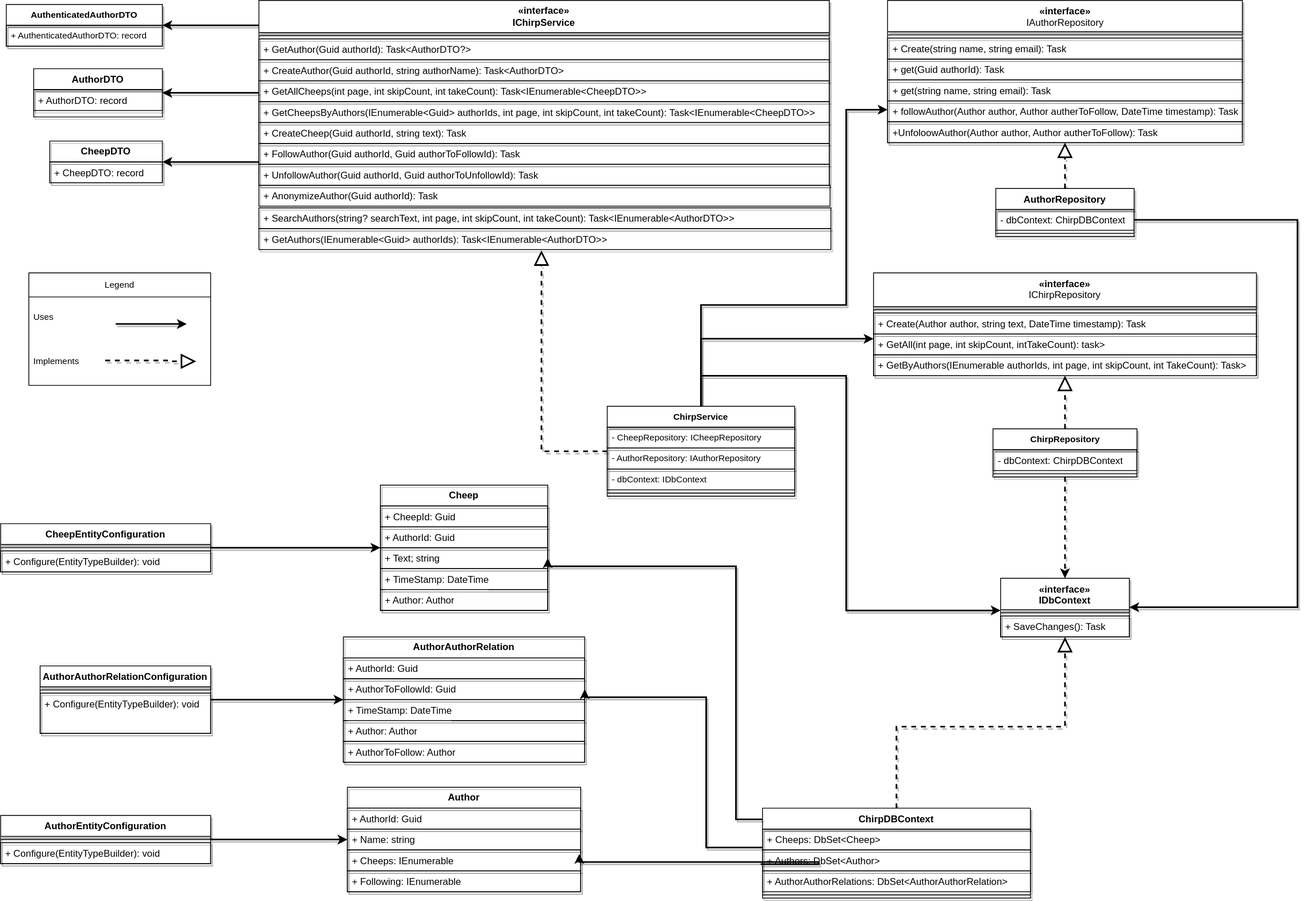
Before: docs/Diagrams/DomainModel.drawio.svg, a diagram exported from draw.io (ITU-BDSA23-GROUP22/Chirp). Source tidied: cells renumbered, new cells last; positions are measured from the earlier drawing's top-left corner, leaving out a move shared by most shapes.
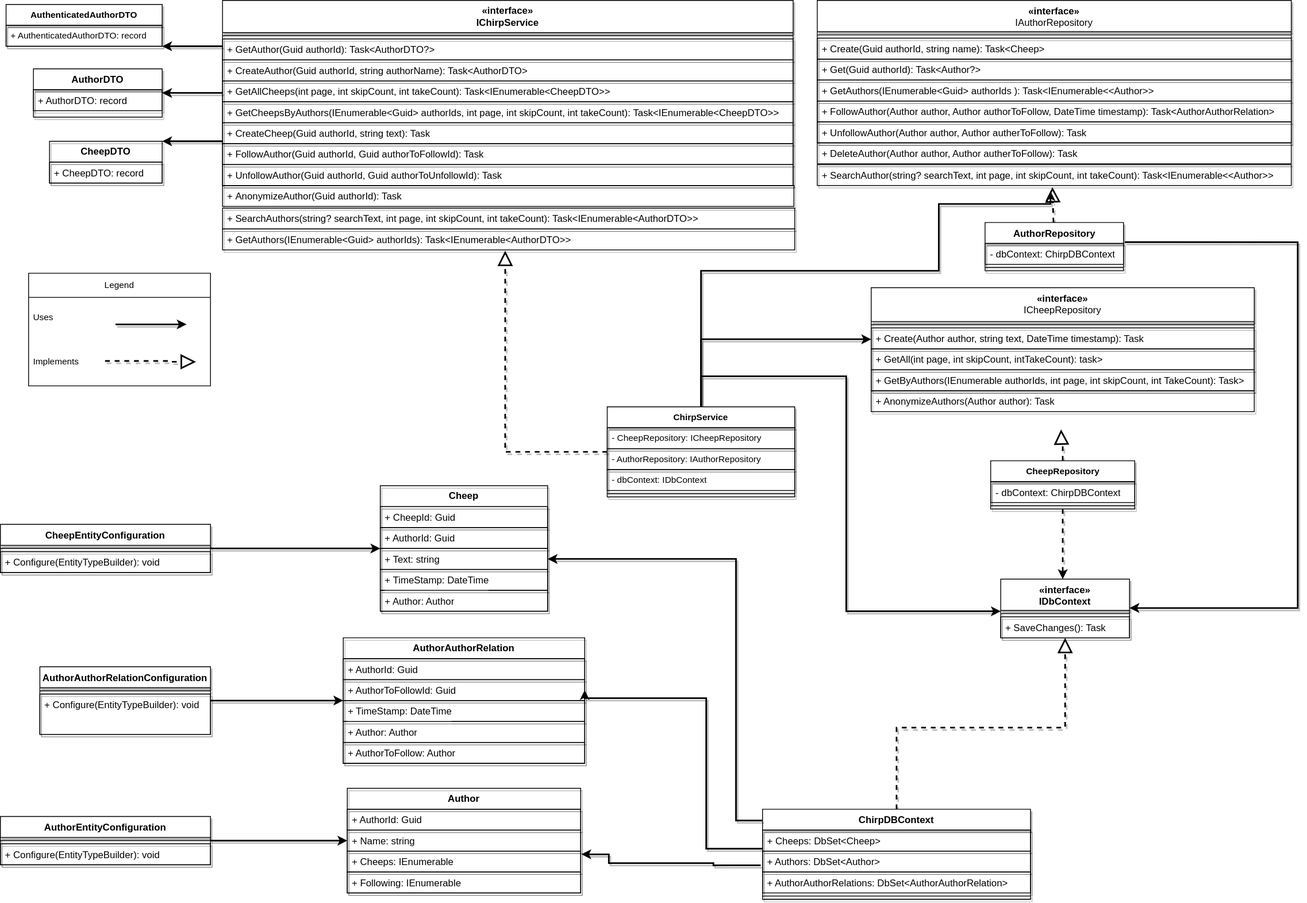
After the commit.

Commit message:
Updated IAuthorRepository and ICheepRepository in DomainModel

Change to the diagram source:
```diff
@@ -62,7 +62,7 @@
     <mxCell id="20" value="+ AuthorId: Guid" style="text;strokeColor=#000000;fillColor=none;align=left;verticalAlign=top;spacingLeft=4;spacingRight=4;overflow=hidden;whiteSpace=wrap;html=1;shadow=1;labelBackgroundColor=default;" parent="18" vertex="1">
       <mxGeometry y="52" width="208" height="26" as="geometry" />
     </mxCell>
-    <mxCell id="21" value="+ Text; string" style="text;strokeColor=#000000;fillColor=none;align=left;verticalAlign=top;spacingLeft=4;spacingRight=4;overflow=hidden;points=[[0,0.5],[1,0.5]];portConstraint=eastwest;whiteSpace=wrap;html=1;shadow=1;labelBackgroundColor=default;" parent="18" vertex="1">
+    <mxCell id="21" value="+ Text: string" style="text;strokeColor=#000000;fillColor=none;align=left;verticalAlign=top;spacingLeft=4;spacingRight=4;overflow=hidden;points=[[0,0.5],[1,0.5]];portConstraint=eastwest;whiteSpace=wrap;html=1;shadow=1;labelBackgroundColor=default;" parent="18" vertex="1">
       <mxGeometry y="78" width="208" height="26" as="geometry" />
     </mxCell>
     <mxCell id="22" value="+ TimeStamp: DateTime&#10;&#10;" style="text;strokeColor=#000000;fillColor=none;align=left;verticalAlign=top;spacingLeft=4;spacingRight=4;overflow=hidden;whiteSpace=wrap;html=1;shadow=1;labelBackgroundColor=default;" parent="18" vertex="1">
@@ -108,28 +108,28 @@
       <mxGeometry y="34" width="261" height="26" as="geometry" />
     </mxCell>
     <mxCell id="36" value="«interface»&lt;br style=&quot;border-color: var(--border-color); font-weight: 400;&quot;&gt;&lt;span style=&quot;font-weight: 400;&quot;&gt;IAuthorRepository&lt;/span&gt;" style="swimlane;align=center;verticalAlign=top;horizontal=1;startSize=39;whiteSpace=wrap;html=1;strokeColor=#000000;shadow=1;labelBackgroundColor=default;" parent="1" vertex="1">
-      <mxGeometry x="1102.5" width="441" height="177" as="geometry" />
+      <mxGeometry x="1015" width="589" height="177" as="geometry" />
     </mxCell>
     <mxCell id="37" style="line;strokeWidth=1;fillColor=none;align=left;verticalAlign=middle;spacingTop=-1;spacingLeft=3;spacingRight=3;labelPosition=right;strokeColor=#000000;shadow=1;labelBackgroundColor=default;" parent="36" vertex="1">
-      <mxGeometry y="39" width="441" height="8" as="geometry" />
+      <mxGeometry y="39" width="589" height="8" as="geometry" />
     </mxCell>
-    <mxCell id="38" value="+ Create(string name, string email): Task&lt;author&gt;&lt;/author&gt;" style="text;strokeColor=#000000;fillColor=none;align=left;verticalAlign=top;spacingLeft=4;spacingRight=4;overflow=hidden;whiteSpace=wrap;html=1;shadow=1;labelBackgroundColor=default;" parent="36" vertex="1">
-      <mxGeometry y="47" width="441" height="26" as="geometry" />
+    <mxCell id="38" value="+ Create(Guid authorId, string name): Task&amp;lt;Cheep&amp;gt;" style="text;strokeColor=#000000;fillColor=none;align=left;verticalAlign=top;spacingLeft=4;spacingRight=4;overflow=hidden;whiteSpace=wrap;html=1;shadow=1;labelBackgroundColor=default;" parent="36" vertex="1">
+      <mxGeometry y="47" width="589" height="26" as="geometry" />
     </mxCell>
-    <mxCell id="39" value="+ get(Guid authorId): Task&lt;author?&gt;&lt;/author?&gt;" style="text;strokeColor=#000000;fillColor=none;align=left;verticalAlign=top;spacingLeft=4;spacingRight=4;overflow=hidden;whiteSpace=wrap;html=1;shadow=1;labelBackgroundColor=default;" parent="36" vertex="1">
-      <mxGeometry y="73" width="441" height="26" as="geometry" />
+    <mxCell id="39" value="+ Get(Guid authorId): Task&amp;lt;Author?&amp;gt;" style="text;strokeColor=#000000;fillColor=none;align=left;verticalAlign=top;spacingLeft=4;spacingRight=4;overflow=hidden;whiteSpace=wrap;html=1;shadow=1;labelBackgroundColor=default;" parent="36" vertex="1">
+      <mxGeometry y="73" width="589" height="26" as="geometry" />
     </mxCell>
-    <mxCell id="40" value="+ get(string name, string email): Task&lt;author?&gt;&lt;/author?&gt;" style="text;strokeColor=#000000;fillColor=none;align=left;verticalAlign=top;spacingLeft=4;spacingRight=4;overflow=hidden;whiteSpace=wrap;html=1;shadow=1;labelBackgroundColor=default;" parent="36" vertex="1">
-      <mxGeometry y="99" width="441" height="26" as="geometry" />
+    <mxCell id="40" value="+ GetAuthors(IEnumerable&amp;lt;Guid&amp;gt; authorIds ): Task&amp;lt;IEnumerable&amp;lt;&amp;lt;Author&amp;gt;&amp;gt;" style="text;strokeColor=#000000;fillColor=none;align=left;verticalAlign=top;spacingLeft=4;spacingRight=4;overflow=hidden;whiteSpace=wrap;html=1;shadow=1;labelBackgroundColor=default;" parent="36" vertex="1">
+      <mxGeometry y="99" width="589" height="26" as="geometry" />
     </mxCell>
-    <mxCell id="41" value="+ followAuthor(Author author, Author autherToFollow, DateTime timestamp): Task&lt;authorauthorrelation&gt;&lt;/authorauthorrelation&gt;" style="text;strokeColor=#000000;fillColor=none;align=left;verticalAlign=top;spacingLeft=4;spacingRight=4;overflow=hidden;whiteSpace=wrap;html=1;shadow=1;labelBackgroundColor=default;" parent="36" vertex="1">
-      <mxGeometry y="125" width="441" height="26" as="geometry" />
+    <mxCell id="41" value="+ FollowAuthor(Author author, Author authorToFollow, DateTime timestamp): Task&amp;lt;AuthorAuthorRelation&amp;gt;" style="text;strokeColor=#000000;fillColor=none;align=left;verticalAlign=top;spacingLeft=4;spacingRight=4;overflow=hidden;whiteSpace=wrap;html=1;shadow=1;labelBackgroundColor=default;" parent="36" vertex="1">
+      <mxGeometry y="125" width="589" height="26" as="geometry" />
     </mxCell>
-    <mxCell id="42" value="+UnfoloowAuthor(Author author, Author autherToFollow): Task" style="text;strokeColor=#000000;fillColor=none;align=left;verticalAlign=top;spacingLeft=4;spacingRight=4;overflow=hidden;whiteSpace=wrap;html=1;shadow=1;labelBackgroundColor=default;" parent="36" vertex="1">
-      <mxGeometry y="151" width="441" height="26" as="geometry" />
+    <mxCell id="42" value="+ UnfollowAuthor(Author author, Author autherToFollow): Task" style="text;strokeColor=#000000;fillColor=none;align=left;verticalAlign=top;spacingLeft=4;spacingRight=4;overflow=hidden;whiteSpace=wrap;html=1;shadow=1;labelBackgroundColor=default;" parent="36" vertex="1">
+      <mxGeometry y="151" width="589" height="26" as="geometry" />
     </mxCell>
-    <mxCell id="43" value="«interface»&lt;br style=&quot;border-color: var(--border-color); font-weight: 400;&quot;&gt;&lt;span style=&quot;font-weight: 400;&quot;&gt;IChirpRepository&lt;/span&gt;" style="swimlane;align=center;verticalAlign=top;horizontal=1;startSize=42;whiteSpace=wrap;html=1;strokeColor=#000000;shadow=1;labelBackgroundColor=default;" parent="1" vertex="1">
-      <mxGeometry x="1085" y="339" width="476" height="128" as="geometry" />
+    <mxCell id="43" value="«interface»&lt;br style=&quot;border-color: var(--border-color); font-weight: 400;&quot;&gt;&lt;span style=&quot;font-weight: 400;&quot;&gt;ICheepRepository&lt;/span&gt;" style="swimlane;align=center;verticalAlign=top;horizontal=1;startSize=42;whiteSpace=wrap;html=1;strokeColor=#000000;shadow=1;labelBackgroundColor=default;" parent="1" vertex="1">
+      <mxGeometry x="1082" y="357" width="476" height="128" as="geometry" />
     </mxCell>
     <mxCell id="44" style="line;strokeWidth=1;fillColor=none;align=left;verticalAlign=middle;spacingTop=-1;spacingLeft=3;spacingRight=3;labelPosition=right;strokeColor=#000000;shadow=1;labelBackgroundColor=default;" parent="43" vertex="1">
       <mxGeometry y="42" width="476" height="8" as="geometry" />
@@ -163,7 +163,7 @@
       </mxGeometry>
     </mxCell>
     <mxCell id="51" value="«interface»&lt;br style=&quot;border-color: var(--border-color); font-weight: 400;&quot;&gt;IChirpService" style="swimlane;align=center;verticalAlign=middle;horizontal=1;startSize=40;whiteSpace=wrap;html=1;strokeColor=#000000;shadow=1;labelBackgroundColor=default;" parent="1" vertex="1">
-      <mxGeometry x="321" width="709" height="230" as="geometry" />
+      <mxGeometry x="276" width="709" height="230" as="geometry" />
     </mxCell>
     <mxCell id="52" style="line;strokeWidth=1;fillColor=none;align=left;verticalAlign=middle;spacingTop=-1;spacingLeft=3;spacingRight=3;labelPosition=right;strokeColor=#000000;shadow=1;labelBackgroundColor=default;" parent="51" vertex="1">
       <mxGeometry y="40" width="709" height="8" as="geometry" />
@@ -192,16 +192,17 @@
     <mxCell id="60" style="rounded=0;jettySize=auto;html=1;endArrow=block;endFill=0;strokeWidth=2;endSize=14;strokeColor=#000000;shadow=1;labelBackgroundColor=default;dashed=1;entryX=0.494;entryY=1.038;entryDx=0;entryDy=0;entryPerimeter=0;edgeStyle=orthogonalEdgeStyle;" parent="1" edge="1" source="84" target="99">
       <mxGeometry relative="1" as="geometry">
         <Array as="points">
-          <mxPoint x="672" y="561" />
+          <mxPoint x="627" y="561" />
         </Array>
       </mxGeometry>
     </mxCell>
-    <mxCell id="61" style="edgeStyle=orthogonalEdgeStyle;shape=connector;rounded=0;jettySize=auto;html=1;labelBackgroundColor=default;strokeColor=#000000;strokeWidth=2;align=center;verticalAlign=middle;fontFamily=Helvetica;fontSize=11;fontColor=default;endArrow=classic;endFill=1;shadow=1;" parent="1" edge="1" source="84" target="36">
+    <mxCell id="61" style="shape=connector;rounded=0;jettySize=auto;html=1;labelBackgroundColor=default;strokeColor=#000000;strokeWidth=2;align=center;verticalAlign=middle;fontFamily=Helvetica;fontSize=11;fontColor=default;endArrow=classic;endFill=1;shadow=1;entryX=0.492;entryY=1.269;entryDx=0;entryDy=0;entryPerimeter=0;edgeStyle=orthogonalEdgeStyle;" parent="1" edge="1" source="84" target="101">
       <mxGeometry relative="1" as="geometry">
         <Array as="points">
-          <mxPoint x="871" y="379" />
-          <mxPoint x="1051" y="379" />
-          <mxPoint x="1051" y="136" />
+          <mxPoint x="871" y="336" />
+          <mxPoint x="1166" y="336" />
+          <mxPoint x="1166" y="253" />
+          <mxPoint x="1305" y="253" />
         </Array>
       </mxGeometry>
     </mxCell>
@@ -239,11 +240,11 @@
     <mxCell id="71" style="line;strokeWidth=1;fillColor=none;align=left;verticalAlign=middle;spacingTop=-1;spacingLeft=3;spacingRight=3;labelPosition=right;strokeColor=#000000;shadow=1;labelBackgroundColor=default;" parent="67" vertex="1">
       <mxGeometry y="104" width="333" height="8" as="geometry" />
     </mxCell>
-    <mxCell id="72" style="edgeStyle=orthogonalEdgeStyle;rounded=0;jettySize=auto;html=1;endArrow=block;endFill=0;strokeWidth=2;endSize=14;strokeColor=#000000;shadow=1;labelBackgroundColor=default;dashed=1;" parent="1" edge="1" source="73" target="36">
+    <mxCell id="72" style="rounded=0;jettySize=auto;html=1;endArrow=block;endFill=0;strokeWidth=2;endSize=14;strokeColor=#000000;shadow=1;labelBackgroundColor=default;dashed=1;entryX=0.496;entryY=1.077;entryDx=0;entryDy=0;entryPerimeter=0;" parent="1" edge="1" source="73" target="101">
       <mxGeometry relative="1" as="geometry" />
     </mxCell>
     <mxCell id="73" value="AuthorRepository" style="swimlane;fontStyle=1;align=center;verticalAlign=top;horizontal=1;startSize=26;whiteSpace=wrap;html=1;strokeColor=#000000;shadow=1;labelBackgroundColor=default;" parent="1" vertex="1">
-      <mxGeometry x="1237" y="234" width="172" height="60" as="geometry" />
+      <mxGeometry x="1223.5" y="276" width="172" height="60" as="geometry" />
     </mxCell>
     <mxCell id="74" value="- dbContext: ChirpDBContext" style="text;strokeColor=#000000;fillColor=none;align=left;verticalAlign=top;spacingLeft=4;spacingRight=4;overflow=hidden;whiteSpace=wrap;html=1;shadow=1;labelBackgroundColor=default;" parent="73" vertex="1">
       <mxGeometry y="26" width="172" height="26" as="geometry" />
@@ -251,8 +252,10 @@
     <mxCell id="75" style="line;strokeWidth=1;fillColor=none;align=left;verticalAlign=middle;spacingTop=-1;spacingLeft=3;spacingRight=3;labelPosition=right;strokeColor=#000000;shadow=1;labelBackgroundColor=default;" parent="73" vertex="1">
       <mxGeometry y="52" width="172" height="8" as="geometry" />
     </mxCell>
-    <mxCell id="76" style="edgeStyle=orthogonalEdgeStyle;shape=connector;rounded=0;jettySize=auto;html=1;labelBackgroundColor=default;strokeColor=#000000;strokeWidth=2;align=center;verticalAlign=middle;fontFamily=Helvetica;fontSize=11;fontColor=default;endArrow=block;endFill=0;endSize=14;shadow=1;dashed=1;" parent="1" edge="1" source="78" target="43">
-      <mxGeometry relative="1" as="geometry" />
+    <mxCell id="76" style="edgeStyle=orthogonalEdgeStyle;shape=connector;rounded=0;jettySize=auto;html=1;labelBackgroundColor=default;strokeColor=#000000;strokeWidth=2;align=center;verticalAlign=middle;fontFamily=Helvetica;fontSize=11;fontColor=default;endArrow=block;endFill=0;endSize=14;shadow=1;dashed=1;" parent="1" edge="1" source="78">
+      <mxGeometry relative="1" as="geometry">
+        <mxPoint x="1318" y="533" as="targetPoint" />
+      </mxGeometry>
     </mxCell>
     <mxCell id="77" style="edgeStyle=orthogonalEdgeStyle;shape=connector;rounded=0;jettySize=auto;html=1;dashed=1;labelBackgroundColor=default;strokeColor=#000000;strokeWidth=2;align=center;verticalAlign=middle;fontFamily=Helvetica;fontSize=11;fontColor=default;endArrow=classic;endFill=1;shadow=1;" parent="1" edge="1" source="78" target="63">
       <mxGeometry relative="1" as="geometry">
@@ -261,8 +264,8 @@
         </Array>
       </mxGeometry>
     </mxCell>
-    <mxCell id="78" value="ChirpRepository" style="swimlane;fontStyle=1;align=center;verticalAlign=top;horizontal=1;startSize=26;whiteSpace=wrap;html=1;fontFamily=Helvetica;fontSize=11;fontColor=default;strokeColor=#000000;shadow=1;labelBackgroundColor=default;" parent="1" vertex="1">
-      <mxGeometry x="1233.5" y="533" width="179" height="60" as="geometry" />
+    <mxCell id="78" value="CheepRepository" style="swimlane;fontStyle=1;align=center;verticalAlign=top;horizontal=1;startSize=26;whiteSpace=wrap;html=1;fontFamily=Helvetica;fontSize=11;fontColor=default;strokeColor=#000000;shadow=1;labelBackgroundColor=default;" parent="1" vertex="1">
+      <mxGeometry x="1230.5" y="572" width="179" height="60" as="geometry" />
     </mxCell>
     <mxCell id="79" value="- dbContext: ChirpDBContext" style="text;strokeColor=#000000;fillColor=none;align=left;verticalAlign=top;spacingLeft=4;spacingRight=4;overflow=hidden;whiteSpace=wrap;html=1;shadow=1;labelBackgroundColor=default;" parent="78" vertex="1">
       <mxGeometry y="26" width="179" height="26" as="geometry" />
@@ -300,19 +303,21 @@
     <mxCell id="88" style="line;strokeWidth=1;fillColor=none;align=left;verticalAlign=middle;spacingTop=-1;spacingLeft=3;spacingRight=3;labelPosition=right;strokeColor=#000000;fontFamily=Helvetica;fontSize=11;fontColor=default;shadow=1;labelBackgroundColor=default;" parent="84" vertex="1">
       <mxGeometry y="104" width="233" height="8" as="geometry" />
     </mxCell>
-    <mxCell id="89" style="edgeStyle=orthogonalEdgeStyle;shape=connector;rounded=0;jettySize=auto;html=1;labelBackgroundColor=default;strokeColor=#000000;strokeWidth=2;align=center;verticalAlign=middle;fontFamily=Helvetica;fontSize=11;fontColor=default;endArrow=classic;endFill=1;shadow=1;" parent="1" edge="1" source="73" target="63">
+    <mxCell id="89" style="edgeStyle=orthogonalEdgeStyle;shape=connector;rounded=0;jettySize=auto;html=1;labelBackgroundColor=default;strokeColor=#000000;strokeWidth=2;align=center;verticalAlign=middle;fontFamily=Helvetica;fontSize=11;fontColor=default;endArrow=classic;endFill=1;shadow=1;exitX=1.009;exitY=0.406;exitDx=0;exitDy=0;exitPerimeter=0;" parent="1" edge="1" source="73" target="63">
       <mxGeometry relative="1" as="geometry">
         <Array as="points">
-          <mxPoint x="1612" y="273" />
+          <mxPoint x="1612" y="300" />
           <mxPoint x="1612" y="755" />
         </Array>
       </mxGeometry>
     </mxCell>
-    <mxCell id="90" style="edgeStyle=orthogonalEdgeStyle;rounded=0;jettySize=auto;html=1;entryX=0.994;entryY=1.189;entryDx=0;entryDy=0;entryPerimeter=0;strokeWidth=2;endFill=1;exitX=-0.007;exitY=0.679;exitDx=0;exitDy=0;exitPerimeter=0;strokeColor=#000000;shadow=1;labelBackgroundColor=default;" parent="1" edge="1" source="69" target="8">
+    <mxCell id="90" style="edgeStyle=orthogonalEdgeStyle;rounded=0;jettySize=auto;html=1;entryX=1.003;entryY=0.154;entryDx=0;entryDy=0;entryPerimeter=0;strokeWidth=2;endFill=1;exitX=-0.007;exitY=0.679;exitDx=0;exitDy=0;exitPerimeter=0;strokeColor=#000000;shadow=1;labelBackgroundColor=default;" parent="1" edge="1" source="69" target="9">
       <mxGeometry relative="1" as="geometry">
         <Array as="points">
-          <mxPoint x="1017" y="1075" />
-          <mxPoint x="1017" y="1072" />
+          <mxPoint x="886" y="1075" />
+          <mxPoint x="886" y="1072" />
+          <mxPoint x="756" y="1072" />
+          <mxPoint x="756" y="1061" />
         </Array>
       </mxGeometry>
     </mxCell>
@@ -328,7 +333,7 @@
       <mxGeometry relative="1" as="geometry">
         <Array as="points">
           <mxPoint x="914" y="1019" />
-          <mxPoint x="914" y="704" />
+          <mxPoint x="914" y="694" />
         </Array>
       </mxGeometry>
     </mxCell>
@@ -351,13 +356,22 @@
       </mxGeometry>
     </mxCell>
     <mxCell id="97" value="+&amp;nbsp;AnonymizeAuthor(Guid authorId): Task" style="text;strokeColor=#000000;fillColor=none;align=left;verticalAlign=top;spacingLeft=4;spacingRight=4;overflow=hidden;whiteSpace=wrap;html=1;shadow=1;labelBackgroundColor=default;" parent="1" vertex="1">
-      <mxGeometry x="321" y="230" width="710" height="26" as="geometry" />
+      <mxGeometry x="276" y="230" width="710" height="26" as="geometry" />
     </mxCell>
     <mxCell id="98" value="+&amp;nbsp;SearchAuthors(string? searchText, int page, int skipCount, int takeCount): Task&amp;lt;IEnumerable&amp;lt;AuthorDTO&amp;gt;&amp;gt;" style="text;strokeColor=#000000;fillColor=none;align=left;verticalAlign=top;spacingLeft=4;spacingRight=4;overflow=hidden;whiteSpace=wrap;html=1;shadow=1;labelBackgroundColor=default;" parent="1" vertex="1">
-      <mxGeometry x="321" y="258" width="711" height="26" as="geometry" />
+      <mxGeometry x="276" y="258" width="711" height="26" as="geometry" />
     </mxCell>
     <mxCell id="99" value="+&amp;nbsp;GetAuthors(IEnumerable&amp;lt;Guid&amp;gt; authorIds): Task&amp;lt;IEnumerable&amp;lt;AuthorDTO&amp;gt;&amp;gt;" style="text;strokeColor=#000000;fillColor=none;align=left;verticalAlign=top;spacingLeft=4;spacingRight=4;overflow=hidden;points=[[0,0.5],[1,0.5]];portConstraint=eastwest;whiteSpace=wrap;html=1;shadow=1;labelBackgroundColor=default;" parent="1" vertex="1">
-      <mxGeometry x="321" y="284" width="711" height="26" as="geometry" />
+      <mxGeometry x="276" y="284" width="711" height="26" as="geometry" />
     </mxCell>
+    <mxCell id="100" value="+ DeleteAuthor(Author author, Author autherToFollow): Task" style="text;strokeColor=#000000;fillColor=none;align=left;verticalAlign=top;spacingLeft=4;spacingRight=4;overflow=hidden;whiteSpace=wrap;html=1;shadow=1;labelBackgroundColor=default;" parent="1" vertex="1">
+      <mxGeometry x="1015" y="177" width="589" height="26" as="geometry" />
+    </mxCell>
+    <mxCell id="101" value="+ SearchAuthor(string? searchText, int page, int skipCount, int takeCount): Task&amp;lt;IEnumerable&amp;lt;&amp;lt;Author&amp;gt;&amp;gt;" style="text;strokeColor=#000000;fillColor=none;align=left;verticalAlign=top;spacingLeft=4;spacingRight=4;overflow=hidden;points=[[0,0.5],[1,0.5]];portConstraint=eastwest;whiteSpace=wrap;html=1;shadow=1;labelBackgroundColor=default;" parent="1" vertex="1">
+      <mxGeometry x="1015" y="204" width="589" height="26" as="geometry" />
+    </mxCell>
+    <mxCell id="102" value="+ AnonymizeAuthors(Author author): Task" style="text;strokeColor=#000000;fillColor=none;align=left;verticalAlign=top;spacingLeft=4;spacingRight=4;overflow=hidden;whiteSpace=wrap;html=1;shadow=1;labelBackgroundColor=default;" parent="1" vertex="1">
+      <mxGeometry x="1082" y="485" width="476" height="26" as="geometry" />
+    </mxCell>
   </root>
 </mxGraphModel>
```
